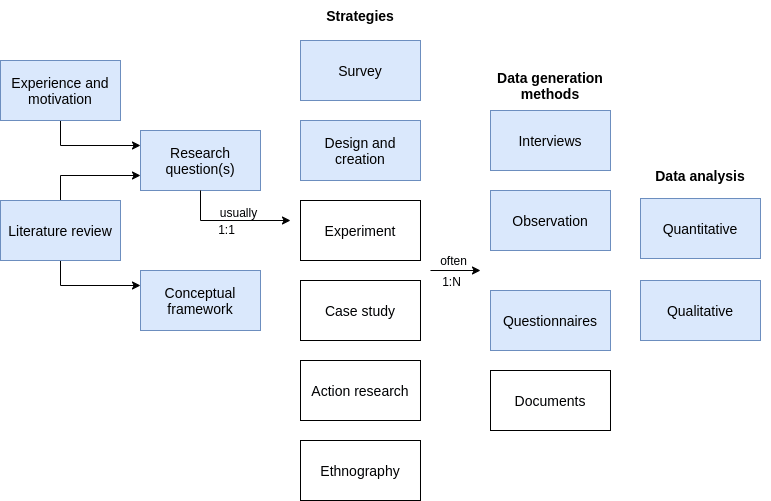
This is Images/ResearchMethods/ResearchProcess.png from maattss/master-thesis, a draw.io export, as it was before one commit. Source tidied: cells renumbered, new cells last; positions are measured from the earlier drawing's top-left corner, leaving out a move shared by most shapes.
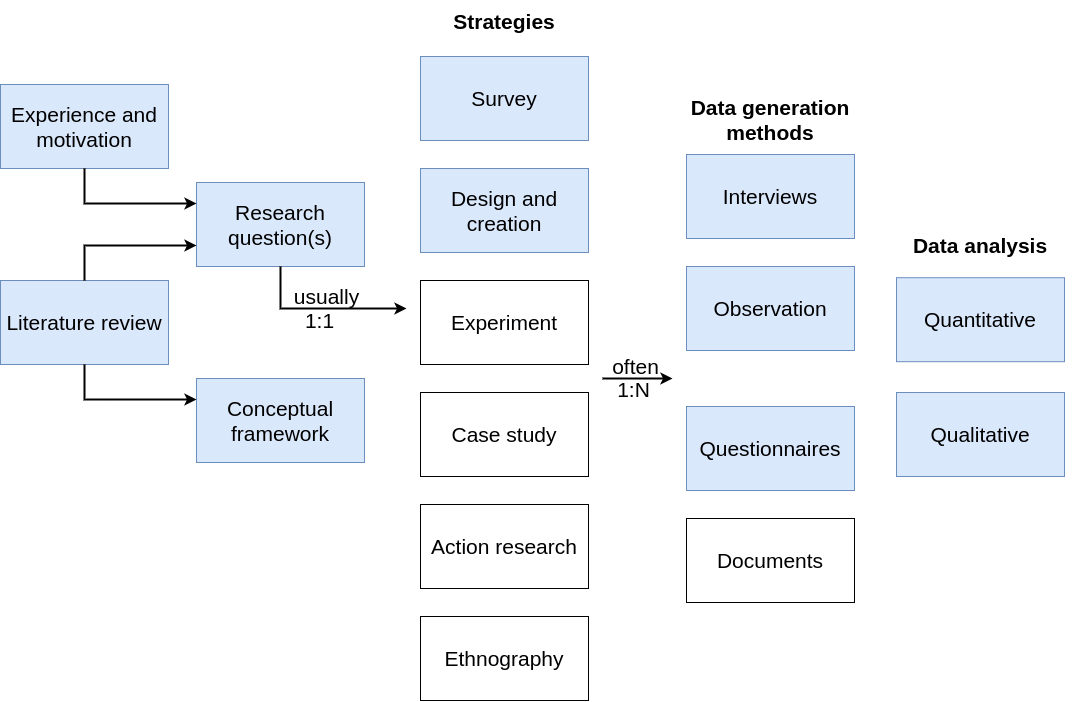
After the commit.

The edit, as a diff of the source:
```diff
@@ -2,107 +2,110 @@
   <root>
     <mxCell id="0" />
     <mxCell id="1" parent="0" />
-    <mxCell id="2" style="edgeStyle=orthogonalEdgeStyle;rounded=0;jettySize=auto;html=1;exitX=0.5;exitY=1;exitDx=0;exitDy=0;entryX=0;entryY=0.25;entryDx=0;entryDy=0;" parent="1" edge="1" source="3" target="7">
-      <mxGeometry relative="1" as="geometry">
-        <Array as="points">
-          <mxPoint x="60" y="145" />
-        </Array>
-      </mxGeometry>
-    </mxCell>
+    <mxCell id="30" style="group;fontSize=21;" parent="1" vertex="1">
+      <mxGeometry width="1078" height="700" as="geometry" />
+    </mxCell>
-    <mxCell id="3" value="Experience and motivation" style="rounded=0;whiteSpace=wrap;html=1;fillColor=#dae8fc;strokeColor=#6c8ebf;fontSize=14;" parent="1" vertex="1">
-      <mxGeometry y="60" width="120" height="60" as="geometry" />
+    <mxCell id="3" value="Experience and motivation" style="rounded=0;whiteSpace=wrap;html=1;fillColor=#dae8fc;strokeColor=#6c8ebf;fontSize=21;" parent="30" vertex="1">
+      <mxGeometry y="84" width="168" height="84" as="geometry" />
     </mxCell>
-    <mxCell id="4" style="edgeStyle=orthogonalEdgeStyle;rounded=0;jettySize=auto;html=1;exitX=0.5;exitY=0;exitDx=0;exitDy=0;entryX=0;entryY=0.75;entryDx=0;entryDy=0;" parent="1" edge="1" source="6" target="7">
-      <mxGeometry relative="1" as="geometry" />
-    </mxCell>
-    <mxCell id="5" style="edgeStyle=orthogonalEdgeStyle;rounded=0;jettySize=auto;html=1;exitX=0.5;exitY=1;exitDx=0;exitDy=0;entryX=0;entryY=0.25;entryDx=0;entryDy=0;" parent="1" edge="1" source="6" target="23">
-      <mxGeometry relative="1" as="geometry" />
-    </mxCell>
-    <mxCell id="6" value="Literature review" style="rounded=0;whiteSpace=wrap;html=1;fillColor=#dae8fc;strokeColor=#6c8ebf;fontSize=14;" parent="1" vertex="1">
-      <mxGeometry y="200" width="120" height="60" as="geometry" />
+    <mxCell id="6" value="Literature review" style="rounded=0;whiteSpace=wrap;html=1;fillColor=#dae8fc;strokeColor=#6c8ebf;fontSize=21;" parent="30" vertex="1">
+      <mxGeometry y="280" width="168" height="84" as="geometry" />
     </mxCell>
-    <mxCell id="7" value="Research question(s)" style="rounded=0;whiteSpace=wrap;html=1;fillColor=#dae8fc;strokeColor=#6c8ebf;fontSize=14;" parent="1" vertex="1">
-      <mxGeometry x="140" y="130" width="120" height="60" as="geometry" />
+    <mxCell id="7" value="Research question(s)" style="rounded=0;whiteSpace=wrap;html=1;fillColor=#dae8fc;strokeColor=#6c8ebf;fontSize=21;" parent="30" vertex="1">
+      <mxGeometry x="196" y="182" width="168" height="84" as="geometry" />
     </mxCell>
+    <mxCell id="2" style="edgeStyle=orthogonalEdgeStyle;rounded=0;jettySize=auto;html=1;exitX=0.5;exitY=1;exitDx=0;exitDy=0;entryX=0;entryY=0.25;entryDx=0;entryDy=0;fontSize=21;strokeWidth=2;" parent="30" edge="1" source="3" target="7">
+      <mxGeometry relative="1" as="geometry">
+        <Array as="points">
+          <mxPoint x="84" y="203" />
+        </Array>
+      </mxGeometry>
+    </mxCell>
+    <mxCell id="4" style="edgeStyle=orthogonalEdgeStyle;rounded=0;jettySize=auto;html=1;exitX=0.5;exitY=0;exitDx=0;exitDy=0;entryX=0;entryY=0.75;entryDx=0;entryDy=0;fontSize=21;strokeWidth=2;" parent="30" edge="1" source="6" target="7">
+      <mxGeometry relative="1" as="geometry" />
+    </mxCell>
-    <mxCell id="8" value="Survey" style="rounded=0;whiteSpace=wrap;html=1;fillColor=#dae8fc;strokeColor=#6c8ebf;fontSize=14;" parent="1" vertex="1">
-      <mxGeometry x="300" y="40" width="120" height="60" as="geometry" />
+    <mxCell id="8" value="Survey" style="rounded=0;whiteSpace=wrap;html=1;fillColor=#dae8fc;strokeColor=#6c8ebf;fontSize=21;" parent="30" vertex="1">
+      <mxGeometry x="420" y="56" width="168" height="84" as="geometry" />
     </mxCell>
-    <mxCell id="9" value="Design and creation" style="rounded=0;whiteSpace=wrap;html=1;fillColor=#dae8fc;strokeColor=#6c8ebf;fontSize=14;" parent="1" vertex="1">
-      <mxGeometry x="300" y="120" width="120" height="60" as="geometry" />
+    <mxCell id="9" value="Design and creation" style="rounded=0;whiteSpace=wrap;html=1;fillColor=#dae8fc;strokeColor=#6c8ebf;fontSize=21;" parent="30" vertex="1">
+      <mxGeometry x="420" y="168" width="168" height="84" as="geometry" />
     </mxCell>
-    <mxCell id="10" value="Experiment" style="rounded=0;whiteSpace=wrap;html=1;fontSize=14;" parent="1" vertex="1">
-      <mxGeometry x="300" y="200" width="120" height="60" as="geometry" />
+    <mxCell id="10" value="Experiment" style="rounded=0;whiteSpace=wrap;html=1;fontSize=21;" parent="30" vertex="1">
+      <mxGeometry x="420" y="280" width="168" height="84" as="geometry" />
     </mxCell>
-    <mxCell id="11" value="Case study" style="rounded=0;whiteSpace=wrap;html=1;fontSize=14;" parent="1" vertex="1">
-      <mxGeometry x="300" y="280" width="120" height="60" as="geometry" />
+    <mxCell id="11" value="Case study" style="rounded=0;whiteSpace=wrap;html=1;fontSize=21;" parent="30" vertex="1">
+      <mxGeometry x="420" y="392" width="168" height="84" as="geometry" />
     </mxCell>
-    <mxCell id="12" value="Action research" style="rounded=0;whiteSpace=wrap;html=1;fontSize=14;" parent="1" vertex="1">
-      <mxGeometry x="300" y="360" width="120" height="60" as="geometry" />
+    <mxCell id="12" value="Action research" style="rounded=0;whiteSpace=wrap;html=1;fontSize=21;" parent="30" vertex="1">
+      <mxGeometry x="420" y="504" width="168" height="84" as="geometry" />
     </mxCell>
-    <mxCell id="13" value="Ethnography" style="rounded=0;whiteSpace=wrap;html=1;fontSize=14;" parent="1" vertex="1">
-      <mxGeometry x="300" y="440" width="120" height="60" as="geometry" />
+    <mxCell id="13" value="Ethnography" style="rounded=0;whiteSpace=wrap;html=1;fontSize=21;" parent="30" vertex="1">
+      <mxGeometry x="420" y="616" width="168" height="84" as="geometry" />
     </mxCell>
-    <mxCell id="14" value="Interviews" style="rounded=0;whiteSpace=wrap;html=1;fillColor=#dae8fc;strokeColor=#6c8ebf;fontSize=14;" parent="1" vertex="1">
-      <mxGeometry x="490" y="110" width="120" height="60" as="geometry" />
+    <mxCell id="14" value="Interviews" style="rounded=0;whiteSpace=wrap;html=1;fillColor=#dae8fc;strokeColor=#6c8ebf;fontSize=21;" parent="30" vertex="1">
+      <mxGeometry x="686" y="154" width="168" height="84" as="geometry" />
     </mxCell>
-    <mxCell id="15" value="Observation" style="rounded=0;whiteSpace=wrap;html=1;fillColor=#dae8fc;strokeColor=#6c8ebf;fontSize=14;" parent="1" vertex="1">
-      <mxGeometry x="490" y="190" width="120" height="60" as="geometry" />
+    <mxCell id="15" value="Observation" style="rounded=0;whiteSpace=wrap;html=1;fillColor=#dae8fc;strokeColor=#6c8ebf;fontSize=21;" parent="30" vertex="1">
+      <mxGeometry x="686" y="266" width="168" height="84" as="geometry" />
     </mxCell>
-    <mxCell id="16" value="Questionnaires" style="rounded=0;whiteSpace=wrap;html=1;fillColor=#dae8fc;strokeColor=#6c8ebf;fontSize=14;" parent="1" vertex="1">
-      <mxGeometry x="490" y="290" width="120" height="60" as="geometry" />
+    <mxCell id="16" value="Questionnaires" style="rounded=0;whiteSpace=wrap;html=1;fillColor=#dae8fc;strokeColor=#6c8ebf;fontSize=21;" parent="30" vertex="1">
+      <mxGeometry x="686" y="406" width="168" height="84" as="geometry" />
     </mxCell>
-    <mxCell id="17" value="Documents" style="rounded=0;whiteSpace=wrap;html=1;fontSize=14;" parent="1" vertex="1">
-      <mxGeometry x="490" y="370" width="120" height="60" as="geometry" />
+    <mxCell id="17" value="Documents" style="rounded=0;whiteSpace=wrap;html=1;fontSize=21;" parent="30" vertex="1">
+      <mxGeometry x="686" y="518" width="168" height="84" as="geometry" />
     </mxCell>
-    <mxCell id="18" value="Quantitative" style="rounded=0;whiteSpace=wrap;html=1;fillColor=#dae8fc;strokeColor=#6c8ebf;fontSize=14;" parent="1" vertex="1">
-      <mxGeometry x="640" y="198" width="120" height="60" as="geometry" />
+    <mxCell id="18" value="Quantitative" style="rounded=0;whiteSpace=wrap;html=1;fillColor=#dae8fc;strokeColor=#6c8ebf;fontSize=21;" parent="30" vertex="1">
+      <mxGeometry x="896" y="277.2" width="168" height="84" as="geometry" />
     </mxCell>
-    <mxCell id="19" value="Qualitative" style="rounded=0;whiteSpace=wrap;html=1;fillColor=#dae8fc;strokeColor=#6c8ebf;fontSize=14;" parent="1" vertex="1">
-      <mxGeometry x="640" y="280" width="120" height="60" as="geometry" />
+    <mxCell id="19" value="Qualitative" style="rounded=0;whiteSpace=wrap;html=1;fillColor=#dae8fc;strokeColor=#6c8ebf;fontSize=21;" parent="30" vertex="1">
+      <mxGeometry x="896" y="392" width="168" height="84" as="geometry" />
     </mxCell>
-    <mxCell id="20" value="&lt;b style=&quot;font-size: 14px;&quot;&gt;Strategies&lt;/b&gt;" style="text;html=1;strokeColor=none;fillColor=none;align=center;verticalAlign=middle;whiteSpace=wrap;rounded=0;fontSize=14;" parent="1" vertex="1">
-      <mxGeometry x="290" width="140" height="30" as="geometry" />
+    <mxCell id="20" value="&lt;b style=&quot;font-size: 21px;&quot;&gt;Strategies&lt;/b&gt;" style="text;html=1;strokeColor=none;fillColor=none;align=center;verticalAlign=middle;whiteSpace=wrap;rounded=0;fontSize=21;" parent="30" vertex="1">
+      <mxGeometry x="406" width="196" height="42" as="geometry" />
     </mxCell>
-    <mxCell id="21" value="&lt;b style=&quot;font-size: 14px;&quot;&gt;Data&amp;nbsp;generation methods&lt;/b&gt;" style="text;html=1;strokeColor=none;fillColor=none;align=center;verticalAlign=middle;whiteSpace=wrap;rounded=0;fontSize=14;" parent="1" vertex="1">
-      <mxGeometry x="470" y="70" width="160" height="30" as="geometry" />
+    <mxCell id="21" value="&lt;b style=&quot;font-size: 21px;&quot;&gt;Data&amp;nbsp;generation methods&lt;/b&gt;" style="text;html=1;strokeColor=none;fillColor=none;align=center;verticalAlign=middle;whiteSpace=wrap;rounded=0;fontSize=21;" parent="30" vertex="1">
+      <mxGeometry x="658" y="98" width="224" height="42" as="geometry" />
     </mxCell>
-    <mxCell id="22" value="&lt;b style=&quot;font-size: 14px;&quot;&gt;Data analysis&lt;/b&gt;" style="text;html=1;strokeColor=none;fillColor=none;align=center;verticalAlign=middle;whiteSpace=wrap;rounded=0;fontSize=14;" parent="1" vertex="1">
-      <mxGeometry x="630" y="160" width="140" height="30" as="geometry" />
+    <mxCell id="22" value="&lt;b style=&quot;font-size: 21px;&quot;&gt;Data analysis&lt;/b&gt;" style="text;html=1;strokeColor=none;fillColor=none;align=center;verticalAlign=middle;whiteSpace=wrap;rounded=0;fontSize=21;" parent="30" vertex="1">
+      <mxGeometry x="882" y="224" width="196" height="42" as="geometry" />
     </mxCell>
-    <mxCell id="23" value="Conceptual framework" style="rounded=0;whiteSpace=wrap;html=1;fillColor=#dae8fc;strokeColor=#6c8ebf;fontSize=14;" parent="1" vertex="1">
-      <mxGeometry x="140" y="270" width="120" height="60" as="geometry" />
+    <mxCell id="23" value="Conceptual framework" style="rounded=0;whiteSpace=wrap;html=1;fillColor=#dae8fc;strokeColor=#6c8ebf;fontSize=21;" parent="30" vertex="1">
+      <mxGeometry x="196" y="378" width="168" height="84" as="geometry" />
     </mxCell>
-    <mxCell id="24" style="endArrow=classic;html=1;exitX=0.5;exitY=1;exitDx=0;exitDy=0;rounded=0;" parent="1" edge="1" source="7">
-      <mxGeometry relative="1" as="geometry">
-        <mxPoint x="290" y="220" as="targetPoint" />
-        <Array as="points">
-          <mxPoint x="200" y="220" />
-        </Array>
-      </mxGeometry>
-    </mxCell>
+    <mxCell id="5" style="edgeStyle=orthogonalEdgeStyle;rounded=0;jettySize=auto;html=1;exitX=0.5;exitY=1;exitDx=0;exitDy=0;entryX=0;entryY=0.25;entryDx=0;entryDy=0;fontSize=21;strokeWidth=2;" parent="30" edge="1" source="6" target="23">
+      <mxGeometry relative="1" as="geometry" />
+    </mxCell>
+    <mxCell id="31" style="endArrow=classic;html=1;exitX=0.5;exitY=1;exitDx=0;exitDy=0;rounded=0;fontSize=21;strokeWidth=2;" parent="30" edge="1" source="7">
+      <mxGeometry relative="1" as="geometry">
+        <mxPoint x="406" y="308" as="targetPoint" />
+        <Array as="points">
+          <mxPoint x="280" y="308" />
+        </Array>
+      </mxGeometry>
+    </mxCell>
-    <mxCell id="25" value="usually " style="edgeLabel;html=1;align=center;verticalAlign=middle;fontSize=12;" parent="24" vertex="1">
+    <mxCell id="25" value="usually " style="edgeLabel;html=1;align=center;verticalAlign=middle;fontSize=21;labelBackgroundColor=none;" parent="31" vertex="1">
       <mxGeometry x="0.12" y="2" relative="1" as="geometry">
-        <mxPoint y="-7" as="offset" />
+        <mxPoint x="-7" y="-11" as="offset" />
       </mxGeometry>
     </mxCell>
-    <mxCell id="26" value="1:1" style="edgeLabel;html=1;align=center;verticalAlign=middle;fontSize=12;" parent="1" vertex="1">
-      <mxGeometry x="233" y="228" as="geometry">
+    <mxCell id="26" value="1:1" style="edgeLabel;html=1;align=center;verticalAlign=middle;fontSize=21;labelBackgroundColor=none;" parent="30" vertex="1">
+      <mxGeometry x="326.2" y="319.2" as="geometry">
         <mxPoint x="-8" as="offset" />
       </mxGeometry>
     </mxCell>
-    <mxCell id="27" style="endArrow=classic;html=1;" parent="1" edge="1">
-      <mxGeometry relative="1" as="geometry">
-        <mxPoint x="430" y="270" as="sourcePoint" />
-        <mxPoint x="480" y="270" as="targetPoint" />
-      </mxGeometry>
-    </mxCell>
+    <mxCell id="32" style="endArrow=classic;html=1;fontSize=21;strokeWidth=2;" parent="30" edge="1">
+      <mxGeometry relative="1" as="geometry">
+        <mxPoint x="602" y="378" as="sourcePoint" />
+        <mxPoint x="672" y="378" as="targetPoint" />
+      </mxGeometry>
+    </mxCell>
-    <mxCell id="28" value="often" style="edgeLabel;html=1;align=center;verticalAlign=middle;fontSize=12;" parent="27" vertex="1">
+    <mxCell id="28" value="often" style="edgeLabel;html=1;align=center;verticalAlign=middle;fontSize=21;labelBackgroundColor=none;" parent="32" vertex="1">
       <mxGeometry x="-0.04" y="4" relative="1" as="geometry">
-        <mxPoint x="-2" y="-7" as="offset" />
+        <mxPoint x="-2" y="-9" as="offset" />
       </mxGeometry>
     </mxCell>
-    <mxCell id="29" value="1:N" style="edgeLabel;html=1;align=center;verticalAlign=middle;fontSize=12;" parent="1" vertex="1">
-      <mxGeometry x="455" y="270" as="geometry">
+    <mxCell id="29" value="1:N" style="edgeLabel;html=1;align=center;verticalAlign=middle;fontSize=21;labelBackgroundColor=none;" parent="30" vertex="1">
+      <mxGeometry x="637" y="378" as="geometry">
         <mxPoint x="-5" y="10" as="offset" />
       </mxGeometry>
     </mxCell>
```
